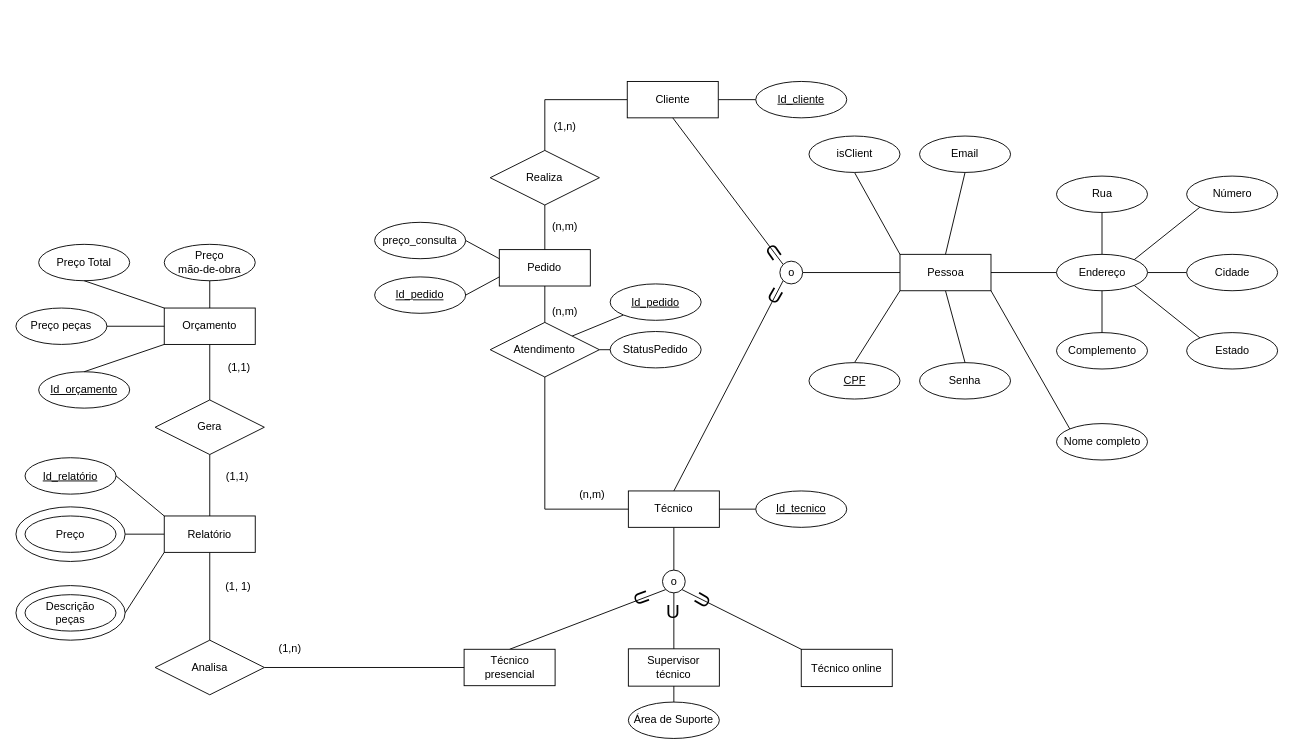
Earlier version of the draw.io diagram page "Diagrama ER" (2 of 4) of Project diagrams and requirements/Tech assistance.drawio (felipepmoreno/Tech-assistanceSoftware). Source tidied: cells renumbered, new cells numbered last; positions are measured from the earlier drawing's top-left corner, leaving out a move shared by most shapes. Both pictures are drawn from the tidied source at 91%, with x=0, y=0 at pixel (15, 81).
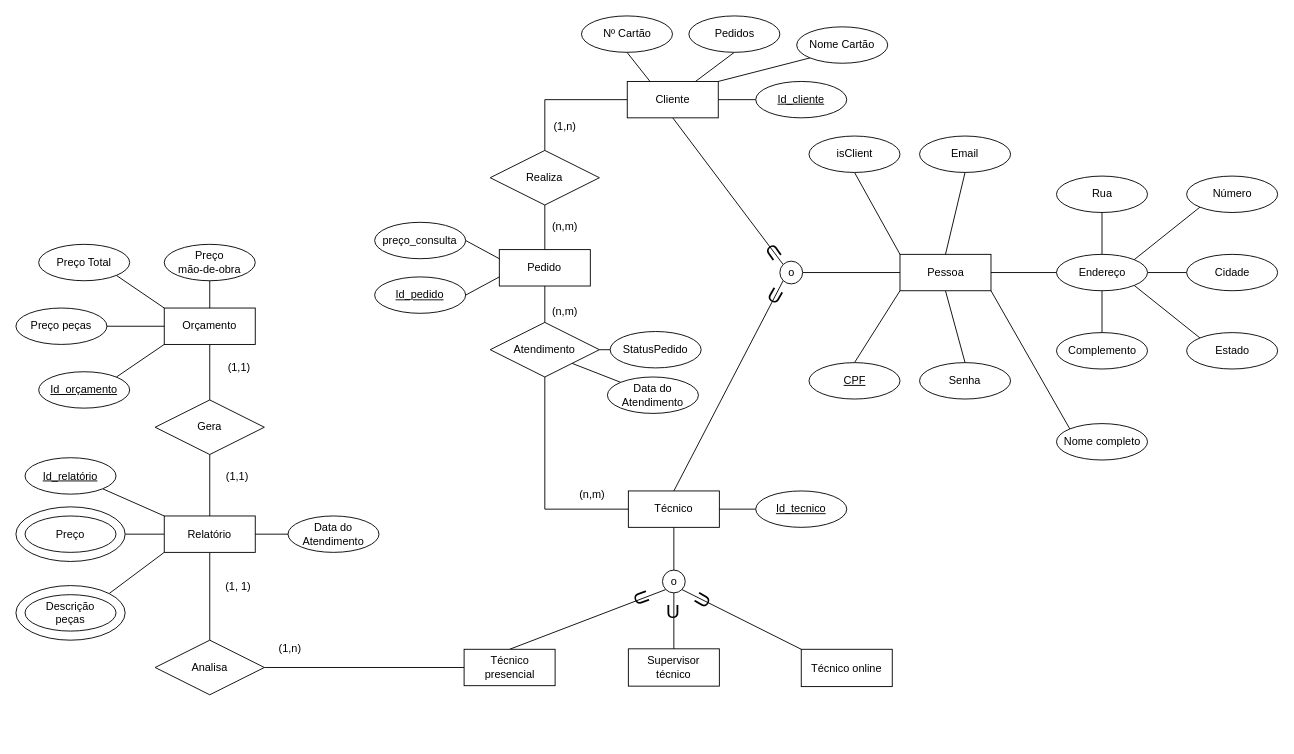
Above is the later version.

The change refers to these unchanged cells:
```xml
<mxCell id="3" style="ellipse;whiteSpace=wrap;html=1;" parent="1" vertex="1">
  <mxGeometry y="554" width="120" height="60" as="geometry" />
</mxCell>
<mxCell id="47" value="Atendimento" style="shape=rhombus;perimeter=rhombusPerimeter;whiteSpace=wrap;html=1;align=center;" parent="1" vertex="1">
  <mxGeometry x="521.2" y="264.8" width="120" height="60" as="geometry" />
</mxCell>
<mxCell id="56" value="Relatório" style="whiteSpace=wrap;html=1;align=center;" parent="1" vertex="1">
  <mxGeometry x="163" y="477.5" width="100" height="40" as="geometry" />
</mxCell>
<mxCell id="60" value="Orçamento" style="whiteSpace=wrap;html=1;align=center;" parent="1" vertex="1">
  <mxGeometry x="163" y="249" width="100" height="40" as="geometry" />
</mxCell>
<mxCell id="67" value="Preço Total" style="ellipse;whiteSpace=wrap;html=1;align=center;" parent="1" vertex="1">
  <mxGeometry x="25" y="179" width="100" height="40" as="geometry" />
</mxCell>
<mxCell id="68" value="&lt;u&gt;Id_orçamento&lt;/u&gt;" style="ellipse;whiteSpace=wrap;html=1;align=center;" parent="1" vertex="1">
  <mxGeometry x="25" y="319" width="100" height="40" as="geometry" />
</mxCell>
<mxCell id="72" value="&lt;u&gt;Id_relatório&lt;/u&gt;" style="ellipse;whiteSpace=wrap;html=1;align=center;" parent="1" vertex="1">
  <mxGeometry x="10" y="413.5" width="100" height="40" as="geometry" />
</mxCell>
<mxCell id="73" value="Supervisor técnico" style="whiteSpace=wrap;html=1;align=center;" parent="1" vertex="1">
  <mxGeometry x="673" y="623.5" width="100" height="41" as="geometry" />
</mxCell>
<mxCell id="83" value="Cliente" style="whiteSpace=wrap;html=1;align=center;" parent="1" vertex="1">
  <mxGeometry x="671.8" width="100" height="40" as="geometry" />
</mxCell>
```

Diff of the diagram source:
```diff
@@
-    <mxCell id="2" style="edgeStyle=none;rounded=0;jettySize=auto;html=1;exitX=1;exitY=0.5;exitDx=0;exitDy=0;entryX=0;entryY=1;entryDx=0;entryDy=0;endArrow=none;endFill=0;" parent="1" edge="1" source="3" target="56">
+    <mxCell id="2" style="edgeStyle=none;rounded=0;jettySize=auto;html=1;exitX=1;exitY=0;exitDx=0;exitDy=0;entryX=0;entryY=1;entryDx=0;entryDy=0;endArrow=none;endFill=0;" parent="1" edge="1" source="3" target="56">
       <mxGeometry relative="1" as="geometry" />
     </mxCell>
@@
-    <mxCell id="44" style="jettySize=auto;html=1;exitX=1;exitY=0;exitDx=0;exitDy=0;entryX=0;entryY=1;entryDx=0;entryDy=0;endArrow=none;endFill=0;rounded=0;" parent="1" edge="1" source="47" target="89">
-      <mxGeometry relative="1" as="geometry" />
-    </mxCell>
@@
-    <mxCell id="69" style="endArrow=none;html=1;exitX=0.5;exitY=0;exitDx=0;exitDy=0;entryX=0;entryY=1;entryDx=0;entryDy=0;" parent="1" edge="1" source="68" target="60">
+    <mxCell id="69" style="endArrow=none;html=1;exitX=1;exitY=0;exitDx=0;exitDy=0;entryX=0;entryY=1;entryDx=0;entryDy=0;" parent="1" edge="1" source="68" target="60">
       <mxGeometry relative="1" as="geometry" />
     </mxCell>
-    <mxCell id="70" style="endArrow=none;html=1;exitX=0.5;exitY=1;exitDx=0;exitDy=0;entryX=0;entryY=0;entryDx=0;entryDy=0;" parent="1" edge="1" source="67" target="60">
+    <mxCell id="70" style="endArrow=none;html=1;exitX=1;exitY=1;exitDx=0;exitDy=0;entryX=0;entryY=0;entryDx=0;entryDy=0;" parent="1" edge="1" source="67" target="60">
       <mxGeometry relative="1" as="geometry" />
     </mxCell>
-    <mxCell id="71" style="edgeStyle=none;rounded=0;jettySize=auto;html=1;exitX=1;exitY=0.5;exitDx=0;exitDy=0;entryX=0;entryY=0;entryDx=0;entryDy=0;endArrow=none;endFill=0;" parent="1" edge="1" source="72" target="56">
+    <mxCell id="71" style="edgeStyle=none;rounded=0;jettySize=auto;html=1;exitX=1;exitY=1;exitDx=0;exitDy=0;entryX=0;entryY=0;entryDx=0;entryDy=0;endArrow=none;endFill=0;" parent="1" edge="1" source="72" target="56">
       <mxGeometry relative="1" as="geometry" />
     </mxCell>
@@
-    <mxCell id="76" value="Área de Suporte" style="ellipse;whiteSpace=wrap;html=1;align=center;" parent="1" vertex="1">
-      <mxGeometry x="673" y="682" width="100" height="40" as="geometry" />
-    </mxCell>
-    <mxCell id="77" style="endArrow=none;html=1;entryX=0.5;entryY=0;entryDx=0;entryDy=0;exitX=0.5;exitY=1;exitDx=0;exitDy=0;" parent="1" edge="1" source="73" target="76">
-      <mxGeometry relative="1" as="geometry" />
-    </mxCell>
@@
-    <mxCell id="89" value="&lt;u&gt;Id_pedido&lt;/u&gt;" style="ellipse;whiteSpace=wrap;html=1;align=center;" parent="1" vertex="1">
-      <mxGeometry x="653" y="222.5" width="100" height="40" as="geometry" />
-    </mxCell>
@@
+    <mxCell id="98" style="rounded=0;jettySize=auto;html=1;exitX=0;exitY=0;exitDx=0;exitDy=0;entryX=1;entryY=1;entryDx=0;entryDy=0;endArrow=none;endFill=0;" parent="1" edge="1" source="99" target="47">
+      <mxGeometry relative="1" as="geometry" />
+    </mxCell>
+    <mxCell id="99" value="Data do Atendimento" style="ellipse;whiteSpace=wrap;html=1;align=center;" parent="1" vertex="1">
+      <mxGeometry x="650" y="324.8" width="100" height="40" as="geometry" />
+    </mxCell>
+    <mxCell id="100" style="edgeStyle=none;rounded=0;jettySize=auto;html=1;exitX=0;exitY=0.5;exitDx=0;exitDy=0;entryX=1;entryY=0.5;entryDx=0;entryDy=0;endArrow=none;endFill=0;" parent="1" edge="1" source="101" target="56">
+      <mxGeometry relative="1" as="geometry" />
+    </mxCell>
+    <mxCell id="101" value="Data do Atendimento" style="ellipse;whiteSpace=wrap;html=1;align=center;" parent="1" vertex="1">
+      <mxGeometry x="299" y="477.5" width="100" height="40" as="geometry" />
+    </mxCell>
+    <mxCell id="102" style="edgeStyle=none;rounded=0;jettySize=auto;html=1;exitX=0.5;exitY=1;exitDx=0;exitDy=0;entryX=0.25;entryY=0;entryDx=0;entryDy=0;endArrow=none;endFill=0;" parent="1" edge="1" source="103" target="83">
+      <mxGeometry relative="1" as="geometry" />
+    </mxCell>
+    <mxCell id="103" value="Nº Cartão" style="ellipse;whiteSpace=wrap;html=1;align=center;" parent="1" vertex="1">
+      <mxGeometry x="621.5" y="-72" width="100" height="40" as="geometry" />
+    </mxCell>
+    <mxCell id="104" style="edgeStyle=none;rounded=0;jettySize=auto;html=1;exitX=0.5;exitY=1;exitDx=0;exitDy=0;entryX=0.75;entryY=0;entryDx=0;entryDy=0;endArrow=none;endFill=0;" parent="1" edge="1" source="105" target="83">
+      <mxGeometry relative="1" as="geometry" />
+    </mxCell>
+    <mxCell id="105" value="Pedidos" style="ellipse;whiteSpace=wrap;html=1;align=center;" parent="1" vertex="1">
+      <mxGeometry x="739.5" y="-72" width="100" height="40" as="geometry" />
+    </mxCell>
+    <mxCell id="106" style="edgeStyle=none;rounded=0;jettySize=auto;html=1;exitX=0;exitY=1;exitDx=0;exitDy=0;entryX=1;entryY=0;entryDx=0;entryDy=0;endArrow=none;endFill=0;" parent="1" edge="1" source="107" target="83">
+      <mxGeometry relative="1" as="geometry" />
+    </mxCell>
+    <mxCell id="107" value="Nome Cartão" style="ellipse;whiteSpace=wrap;html=1;align=center;" parent="1" vertex="1">
+      <mxGeometry x="858" y="-60" width="100" height="40" as="geometry" />
+    </mxCell>
```
